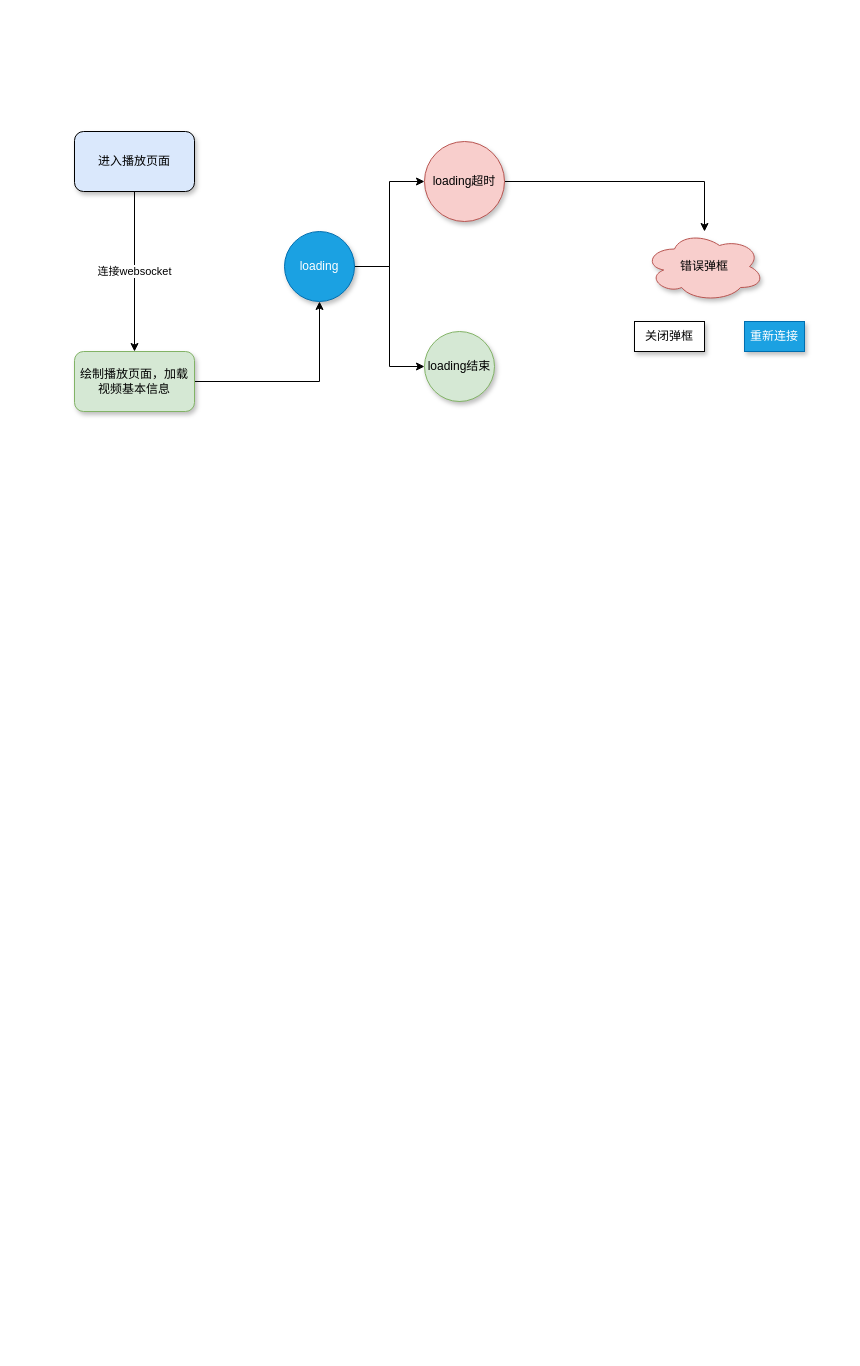
zazzzf/diag keeps this draw.io diagram as Untitled Diagram.drawio. Above is the earlier version. Source tidied: cells renumbered, new cells numbered last; positions are measured from the earlier drawing's top-left corner, leaving out a move shared by most shapes. Both pictures are drawn from the tidied source at 100%, with x=0, y=0 at pixel (74, 131).
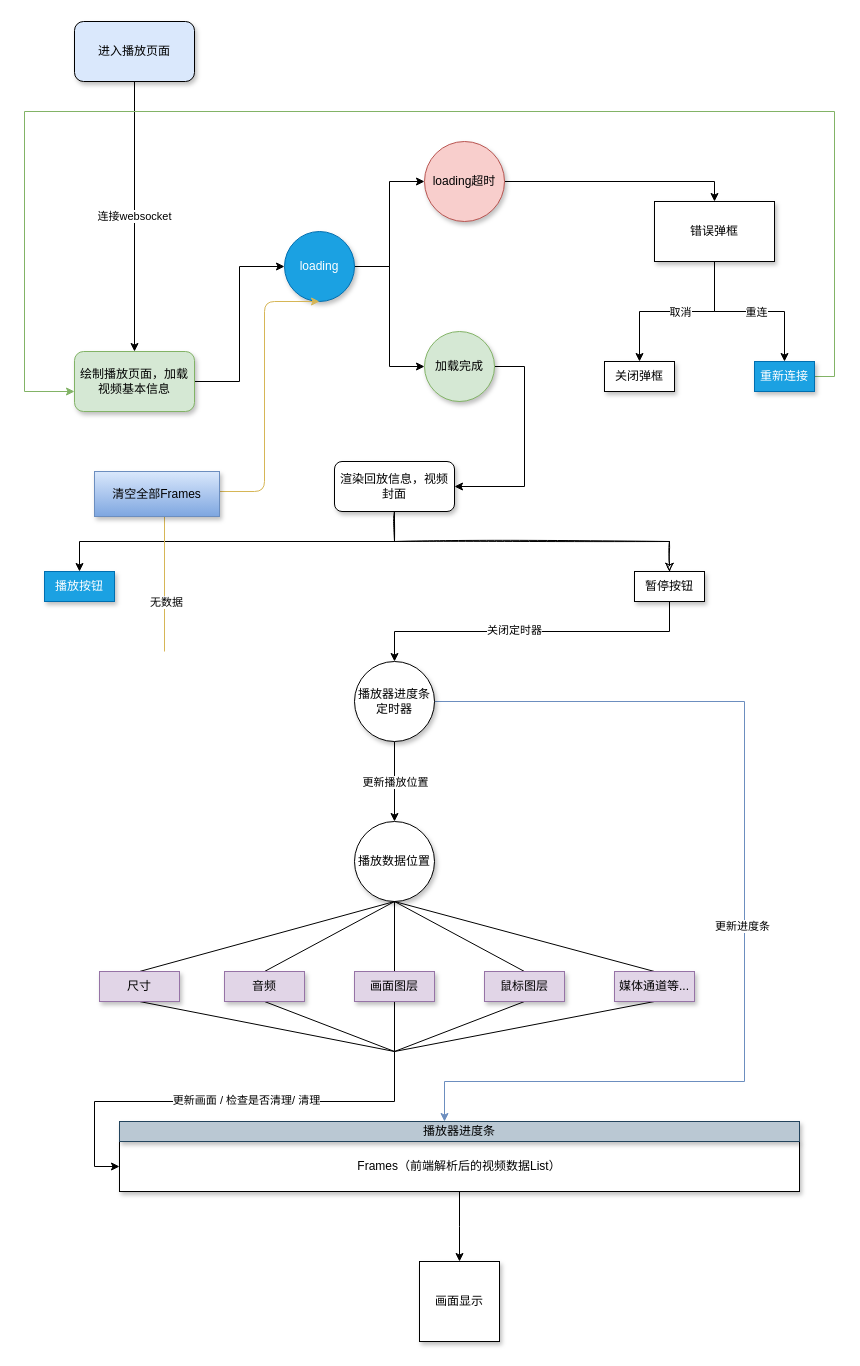
The same diagram, later.

The change refers to these unchanged cells:
```xml
<mxCell id="5" value="&lt;span&gt;绘制播放页面，加载视频基本信息&lt;/span&gt;" style="rounded=1;whiteSpace=wrap;html=1;shadow=1;glass=0;sketch=0;strokeColor=#82b366;fillColor=#d5e8d4;" parent="1" vertex="1">
  <mxGeometry y="220" width="120" height="60" as="geometry" />
</mxCell>
<mxCell id="8" value="loading" style="ellipse;whiteSpace=wrap;html=1;shadow=1;glass=0;sketch=0;strokeColor=#006EAF;fillColor=#1ba1e2;fontColor=#ffffff;" parent="1" vertex="1">
  <mxGeometry x="210" y="100" width="70" height="70" as="geometry" />
</mxCell>
<mxCell id="12" value="loading超时" style="ellipse;whiteSpace=wrap;html=1;shadow=1;glass=0;sketch=0;strokeColor=#b85450;fillColor=#f8cecc;" parent="1" vertex="1">
  <mxGeometry x="350" y="10" width="80" height="80" as="geometry" />
</mxCell>
```

Change to the diagram source:
```diff
@@
     <mxCell id="3" value="进入播放页面" style="rounded=1;whiteSpace=wrap;html=1;fillColor=#dae8fc;shadow=1;sketch=0;glass=0;" parent="1" vertex="1">
-      <mxGeometry width="120" height="60" as="geometry" />
+      <mxGeometry y="-110" width="120" height="60" as="geometry" />
     </mxCell>
-    <mxCell id="4" style="edgeStyle=orthogonalEdgeStyle;rounded=0;jettySize=auto;html=1;exitX=1;exitY=0.5;exitDx=0;exitDy=0;entryX=0.5;entryY=1;entryDx=0;entryDy=0;" parent="1" edge="1" source="5" target="8">
+    <mxCell id="4" style="edgeStyle=orthogonalEdgeStyle;rounded=0;jettySize=auto;html=1;exitX=1;exitY=0.5;exitDx=0;exitDy=0;entryX=0;entryY=0.5;entryDx=0;entryDy=0;" parent="1" edge="1" source="5" target="8">
       <mxGeometry relative="1" as="geometry" />
     </mxCell>
@@
+    <mxCell id="16" style="edgeStyle=orthogonalEdgeStyle;rounded=0;jettySize=auto;html=1;exitX=1;exitY=0.5;exitDx=0;exitDy=0;entryX=1;entryY=0.5;entryDx=0;entryDy=0;" parent="1" edge="1" source="10" target="24">
+      <mxGeometry relative="1" as="geometry">
+        <Array as="points">
+          <mxPoint x="450" y="235" />
+          <mxPoint x="450" y="355" />
+        </Array>
+      </mxGeometry>
+    </mxCell>
-    <mxCell id="10" value="loading结束" style="ellipse;whiteSpace=wrap;html=1;shadow=1;glass=0;sketch=0;strokeColor=#82b366;fillColor=#d5e8d4;" parent="1" vertex="1">
+    <mxCell id="10" value="加载完成" style="ellipse;whiteSpace=wrap;html=1;shadow=1;glass=0;sketch=0;strokeColor=#82b366;fillColor=#d5e8d4;" parent="1" vertex="1">
       <mxGeometry x="350" y="200" width="70" height="70" as="geometry" />
     </mxCell>
-    <mxCell id="11" style="edgeStyle=orthogonalEdgeStyle;rounded=0;jettySize=auto;html=1;exitX=1;exitY=0.5;exitDx=0;exitDy=0;" parent="1" edge="1" source="12" target="13">
+    <mxCell id="11" style="edgeStyle=orthogonalEdgeStyle;rounded=0;jettySize=auto;html=1;exitX=1;exitY=0.5;exitDx=0;exitDy=0;entryX=0.5;entryY=0;entryDx=0;entryDy=0;" parent="1" edge="1" source="12" target="13">
       <mxGeometry relative="1" as="geometry" />
     </mxCell>
@@
-    <mxCell id="13" value="错误弹框" style="ellipse;shape=cloud;whiteSpace=wrap;html=1;shadow=1;glass=0;sketch=0;strokeColor=#b85450;fillColor=#f8cecc;" parent="1" vertex="1">
-      <mxGeometry x="570" y="100" width="120" height="70" as="geometry" />
-    </mxCell>
+    <mxCell id="17" style="edgeStyle=orthogonalEdgeStyle;rounded=0;jettySize=auto;html=1;exitX=0.5;exitY=1;exitDx=0;exitDy=0;entryX=0.5;entryY=0;entryDx=0;entryDy=0;" parent="1" edge="1" source="13" target="15">
+      <mxGeometry relative="1" as="geometry" />
+    </mxCell>
+    <mxCell id="18" value="取消" style="edgeLabel;html=1;align=center;verticalAlign=middle;" parent="17" vertex="1">
+      <mxGeometry x="0.09" y="2" relative="1" as="geometry">
+        <mxPoint x="10" y="-2" as="offset" />
+      </mxGeometry>
+    </mxCell>
+    <mxCell id="19" style="edgeStyle=orthogonalEdgeStyle;rounded=0;jettySize=auto;html=1;exitX=0.5;exitY=1;exitDx=0;exitDy=0;" parent="1" edge="1" source="13" target="14">
+      <mxGeometry relative="1" as="geometry">
+        <Array as="points">
+          <mxPoint x="640" y="180" />
+          <mxPoint x="710" y="180" />
+        </Array>
+      </mxGeometry>
+    </mxCell>
+    <mxCell id="20" value="重连" style="edgeLabel;html=1;align=center;verticalAlign=middle;" parent="19" vertex="1">
+      <mxGeometry x="0.1" y="-3" relative="1" as="geometry">
+        <mxPoint x="-3" y="-3" as="offset" />
+      </mxGeometry>
+    </mxCell>
+    <mxCell id="21" style="edgeStyle=orthogonalEdgeStyle;rounded=0;jettySize=auto;html=1;exitX=1;exitY=0.5;exitDx=0;exitDy=0;fillColor=#d5e8d4;strokeColor=#82b366;" parent="1" edge="1" source="14">
+      <mxGeometry relative="1" as="geometry">
+        <mxPoint y="260" as="targetPoint" />
+        <Array as="points">
+          <mxPoint x="760" y="245" />
+          <mxPoint x="760" y="-20" />
+          <mxPoint x="-50" y="-20" />
+          <mxPoint x="-50" y="260" />
+        </Array>
+      </mxGeometry>
+    </mxCell>
     <mxCell id="14" value="重新连接" style="rounded=0;whiteSpace=wrap;html=1;shadow=1;glass=0;sketch=0;strokeColor=#006EAF;fillColor=#1ba1e2;fontColor=#ffffff;" parent="1" vertex="1">
-      <mxGeometry x="670" y="190" width="60" height="30" as="geometry" />
+      <mxGeometry x="680" y="230" width="60" height="30" as="geometry" />
     </mxCell>
     <mxCell id="15" value="关闭弹框" style="rounded=0;whiteSpace=wrap;html=1;shadow=1;glass=0;sketch=0;strokeColor=#000000;gradientColor=none;" parent="1" vertex="1">
-      <mxGeometry x="560" y="190" width="70" height="30" as="geometry" />
+      <mxGeometry x="530" y="230" width="70" height="30" as="geometry" />
     </mxCell>
+    <mxCell id="13" value="&lt;span&gt;错误弹框&lt;/span&gt;" style="rounded=0;whiteSpace=wrap;html=1;shadow=1;glass=0;sketch=0;strokeColor=#000000;gradientColor=none;" parent="1" vertex="1">
+      <mxGeometry x="580" y="70" width="120" height="60" as="geometry" />
+    </mxCell>
+    <mxCell id="22" style="edgeStyle=orthogonalEdgeStyle;rounded=0;jettySize=auto;html=1;exitX=0.5;exitY=1;exitDx=0;exitDy=0;entryX=0.5;entryY=0;entryDx=0;entryDy=0;" parent="1" edge="1" source="24" target="25">
+      <mxGeometry relative="1" as="geometry" />
+    </mxCell>
+    <mxCell id="23" style="edgeStyle=orthogonalEdgeStyle;rounded=0;sketch=1;jumpStyle=none;jettySize=auto;html=1;exitX=0.5;exitY=1;exitDx=0;exitDy=0;shadow=0;endArrow=classic;endFill=1;" parent="1" edge="1" source="24" target="54">
+      <mxGeometry relative="1" as="geometry" />
+    </mxCell>
+    <mxCell id="24" value="渲染回放信息，视频封面" style="rounded=1;whiteSpace=wrap;html=1;shadow=1;glass=0;sketch=0;strokeColor=#000000;gradientColor=none;" parent="1" vertex="1">
+      <mxGeometry x="260" y="330" width="120" height="50" as="geometry" />
+    </mxCell>
+    <mxCell id="25" value="播放按钮" style="rounded=0;whiteSpace=wrap;html=1;shadow=1;glass=0;sketch=0;strokeColor=#006EAF;fillColor=#1ba1e2;fontColor=#ffffff;" parent="1" vertex="1">
+      <mxGeometry x="-30" y="440" width="70" height="30" as="geometry" />
+    </mxCell>
+    <mxCell id="26" style="edgeStyle=orthogonalEdgeStyle;rounded=0;sketch=0;jumpStyle=none;jettySize=auto;html=1;exitX=0.5;exitY=1;exitDx=0;exitDy=0;shadow=0;endArrow=classic;endFill=1;" parent="1" edge="1" source="27">
+      <mxGeometry relative="1" as="geometry">
+        <mxPoint x="385" y="1130" as="targetPoint" />
+      </mxGeometry>
+    </mxCell>
+    <mxCell id="27" value="Frames（前端解析后的视频数据List）" style="rounded=0;whiteSpace=wrap;html=1;shadow=1;glass=0;sketch=0;strokeColor=#000000;gradientColor=none;" parent="1" vertex="1">
+      <mxGeometry x="45" y="1010" width="680" height="50" as="geometry" />
+    </mxCell>
+    <mxCell id="28" value="播放器进度条" style="rounded=0;whiteSpace=wrap;html=1;shadow=1;glass=0;sketch=0;strokeColor=#23445d;fillColor=#bac8d3;" parent="1" vertex="1">
+      <mxGeometry x="45" y="990" width="680" height="20" as="geometry" />
+    </mxCell>
+    <mxCell id="29" style="edgeStyle=orthogonalEdgeStyle;rounded=0;jettySize=auto;html=1;exitX=0.5;exitY=1;exitDx=0;exitDy=0;entryX=0.5;entryY=0;entryDx=0;entryDy=0;" parent="1" edge="1" source="33" target="39">
+      <mxGeometry relative="1" as="geometry" />
+    </mxCell>
+    <mxCell id="30" value="更新播放位置" style="edgeLabel;html=1;align=center;verticalAlign=middle;" parent="29" vertex="1">
+      <mxGeometry x="-0.33" y="-1" relative="1" as="geometry">
+        <mxPoint x="1" y="13" as="offset" />
+      </mxGeometry>
+    </mxCell>
+    <mxCell id="31" style="edgeStyle=orthogonalEdgeStyle;rounded=0;jettySize=auto;html=1;exitX=0;exitY=0.5;exitDx=0;exitDy=0;fillColor=#dae8fc;strokeColor=#6c8ebf;" parent="1" edge="1" source="33">
+      <mxGeometry relative="1" as="geometry">
+        <mxPoint x="370" y="990" as="targetPoint" />
+        <Array as="points">
+          <mxPoint x="670" y="570" />
+          <mxPoint x="670" y="950" />
+          <mxPoint x="370" y="950" />
+        </Array>
+      </mxGeometry>
+    </mxCell>
+    <mxCell id="32" value="更新进度条" style="edgeLabel;html=1;align=center;verticalAlign=middle;" parent="31" vertex="1">
+      <mxGeometry x="0.05" y="-3" relative="1" as="geometry">
+        <mxPoint y="31" as="offset" />
+      </mxGeometry>
+    </mxCell>
+    <mxCell id="33" value="播放器进度条定时器" style="ellipse;whiteSpace=wrap;html=1;shadow=1;glass=0;sketch=0;strokeColor=#000000;gradientColor=none;" parent="1" vertex="1">
+      <mxGeometry x="280" y="530" width="80" height="80" as="geometry" />
+    </mxCell>
+    <mxCell id="34" style="edgeStyle=orthogonalEdgeStyle;rounded=0;jettySize=auto;html=1;entryX=0;entryY=0.5;entryDx=0;entryDy=0;" parent="1" edge="1" target="27">
+      <mxGeometry relative="1" as="geometry">
+        <mxPoint x="320" y="920" as="sourcePoint" />
+        <Array as="points">
+          <mxPoint x="320" y="970" />
+          <mxPoint x="20" y="970" />
+          <mxPoint x="20" y="1035" />
+        </Array>
+      </mxGeometry>
+    </mxCell>
+    <mxCell id="35" value="更新画面 / 检查是否清理/ 清理" style="edgeLabel;html=1;align=center;verticalAlign=middle;" parent="34" vertex="1">
+      <mxGeometry x="-0.28" y="-2" relative="1" as="geometry">
+        <mxPoint x="-41" as="offset" />
+      </mxGeometry>
+    </mxCell>
+    <mxCell id="36" style="rounded=0;jettySize=auto;html=1;exitX=0.5;exitY=1;exitDx=0;exitDy=0;entryX=0.5;entryY=0;entryDx=0;entryDy=0;endArrow=none;endFill=0;" parent="1" edge="1" source="39" target="46">
+      <mxGeometry relative="1" as="geometry" />
+    </mxCell>
+    <mxCell id="37" style="edgeStyle=none;rounded=0;jettySize=auto;html=1;exitX=0.5;exitY=1;exitDx=0;exitDy=0;entryX=0.5;entryY=0;entryDx=0;entryDy=0;endArrow=none;endFill=0;" parent="1" edge="1" source="39" target="48">
+      <mxGeometry relative="1" as="geometry" />
+    </mxCell>
+    <mxCell id="38" style="edgeStyle=none;rounded=0;jettySize=auto;html=1;exitX=0.5;exitY=1;exitDx=0;exitDy=0;entryX=0.5;entryY=0;entryDx=0;entryDy=0;endArrow=none;endFill=0;" parent="1" edge="1" source="39" target="44">
+      <mxGeometry relative="1" as="geometry" />
+    </mxCell>
+    <mxCell id="39" value="播放数据位置" style="ellipse;whiteSpace=wrap;html=1;shadow=1;glass=0;sketch=0;strokeColor=#000000;gradientColor=none;" parent="1" vertex="1">
+      <mxGeometry x="280" y="690" width="80" height="80" as="geometry" />
+    </mxCell>
+    <mxCell id="40" style="edgeStyle=none;rounded=0;jettySize=auto;html=1;exitX=0.5;exitY=0;exitDx=0;exitDy=0;endArrow=none;endFill=0;" parent="1" edge="1" source="42">
+      <mxGeometry relative="1" as="geometry">
+        <mxPoint x="320" y="770" as="targetPoint" />
+      </mxGeometry>
+    </mxCell>
+    <mxCell id="41" style="edgeStyle=none;rounded=0;jettySize=auto;html=1;exitX=0.5;exitY=1;exitDx=0;exitDy=0;endArrow=none;endFill=0;" parent="1" edge="1" source="42">
+      <mxGeometry relative="1" as="geometry">
+        <mxPoint x="320" y="920" as="targetPoint" />
+      </mxGeometry>
+    </mxCell>
+    <mxCell id="42" value="媒体通道等..." style="rounded=0;whiteSpace=wrap;html=1;shadow=1;glass=0;sketch=0;strokeColor=#9673a6;fillColor=#e1d5e7;" parent="1" vertex="1">
+      <mxGeometry x="540" y="840" width="80" height="30" as="geometry" />
+    </mxCell>
+    <mxCell id="43" style="edgeStyle=none;rounded=0;jettySize=auto;html=1;exitX=0.5;exitY=1;exitDx=0;exitDy=0;endArrow=none;endFill=0;" parent="1" edge="1" source="44">
+      <mxGeometry relative="1" as="geometry">
+        <mxPoint x="320" y="920" as="targetPoint" />
+      </mxGeometry>
+    </mxCell>
+    <mxCell id="44" value="鼠标图层" style="rounded=0;whiteSpace=wrap;html=1;shadow=1;glass=0;sketch=0;strokeColor=#9673a6;fillColor=#e1d5e7;" parent="1" vertex="1">
+      <mxGeometry x="410" y="840" width="80" height="30" as="geometry" />
+    </mxCell>
+    <mxCell id="45" style="edgeStyle=none;rounded=0;jettySize=auto;html=1;exitX=0.5;exitY=1;exitDx=0;exitDy=0;endArrow=none;endFill=0;" parent="1" edge="1" source="46">
+      <mxGeometry relative="1" as="geometry">
+        <mxPoint x="320" y="920" as="targetPoint" />
+      </mxGeometry>
+    </mxCell>
+    <mxCell id="46" value="画面图层" style="rounded=0;whiteSpace=wrap;html=1;shadow=1;glass=0;sketch=0;strokeColor=#9673a6;fillColor=#e1d5e7;" parent="1" vertex="1">
+      <mxGeometry x="280" y="840" width="80" height="30" as="geometry" />
+    </mxCell>
+    <mxCell id="47" style="edgeStyle=none;rounded=0;jettySize=auto;html=1;exitX=0.5;exitY=1;exitDx=0;exitDy=0;endArrow=none;endFill=0;" parent="1" edge="1" source="48">
+      <mxGeometry relative="1" as="geometry">
+        <mxPoint x="320" y="920" as="targetPoint" />
+      </mxGeometry>
+    </mxCell>
+    <mxCell id="48" value="音频" style="rounded=0;whiteSpace=wrap;html=1;shadow=1;glass=0;sketch=0;strokeColor=#9673a6;fillColor=#e1d5e7;" parent="1" vertex="1">
+      <mxGeometry x="150" y="840" width="80" height="30" as="geometry" />
+    </mxCell>
+    <mxCell id="49" style="edgeStyle=none;rounded=0;jettySize=auto;html=1;exitX=0.5;exitY=0;exitDx=0;exitDy=0;entryX=0.5;entryY=1;entryDx=0;entryDy=0;endArrow=none;endFill=0;" parent="1" edge="1" source="51" target="39">
+      <mxGeometry relative="1" as="geometry" />
+    </mxCell>
+    <mxCell id="50" style="edgeStyle=none;rounded=0;jettySize=auto;html=1;exitX=0.5;exitY=1;exitDx=0;exitDy=0;endArrow=none;endFill=0;" parent="1" edge="1" source="51">
+      <mxGeometry relative="1" as="geometry">
+        <mxPoint x="320" y="920" as="targetPoint" />
+      </mxGeometry>
+    </mxCell>
+    <mxCell id="51" value="尺寸" style="rounded=0;whiteSpace=wrap;html=1;shadow=1;glass=0;sketch=0;strokeColor=#9673a6;fillColor=#e1d5e7;" parent="1" vertex="1">
+      <mxGeometry x="25" y="840" width="80" height="30" as="geometry" />
+    </mxCell>
+    <mxCell id="52" style="edgeStyle=orthogonalEdgeStyle;jettySize=auto;html=1;exitX=0.5;exitY=1;exitDx=0;exitDy=0;endArrow=classic;endFill=1;entryX=0.5;entryY=0;entryDx=0;entryDy=0;shadow=0;sketch=0;rounded=0;jumpStyle=none;fixDash=0;" parent="1" edge="1" source="54" target="33">
+      <mxGeometry relative="1" as="geometry" />
+    </mxCell>
+    <mxCell id="53" value="关闭定时器" style="edgeLabel;html=1;align=center;verticalAlign=middle;" parent="52" vertex="1">
+      <mxGeometry x="0.11" y="-2" relative="1" as="geometry" />
+    </mxCell>
+    <mxCell id="54" value="暂停按钮" style="rounded=0;whiteSpace=wrap;html=1;shadow=1;glass=0;sketch=0;" parent="1" vertex="1">
+      <mxGeometry x="560" y="440" width="70" height="30" as="geometry" />
+    </mxCell>
+    <mxCell id="55" style="endArrow=classic;html=1;shadow=0;entryX=0.5;entryY=1;entryDx=0;entryDy=0;edgeStyle=orthogonalEdgeStyle;gradientColor=#ffd966;fillColor=#fff2cc;strokeColor=#d6b656;" parent="1" edge="1" target="8">
+      <mxGeometry relative="1" as="geometry">
+        <mxPoint x="90" y="520" as="sourcePoint" />
+        <Array as="points">
+          <mxPoint x="90" y="360" />
+          <mxPoint x="190" y="360" />
+          <mxPoint x="190" y="170" />
+        </Array>
+      </mxGeometry>
+    </mxCell>
+    <mxCell id="56" value="无数据" style="edgeLabel;html=1;align=center;verticalAlign=middle;" parent="55" vertex="1">
+      <mxGeometry x="0.01" y="1" relative="1" as="geometry">
+        <mxPoint x="-94" y="111" as="offset" />
+      </mxGeometry>
+    </mxCell>
+    <mxCell id="57" value="清空全部Frames" style="rounded=0;whiteSpace=wrap;html=1;shadow=1;glass=0;sketch=0;strokeColor=#6c8ebf;gradientColor=#7ea6e0;fillColor=#dae8fc;" parent="1" vertex="1">
+      <mxGeometry x="20" y="340" width="125" height="45" as="geometry" />
+    </mxCell>
+    <mxCell id="58" value="画面显示" style="whiteSpace=wrap;html=1;shadow=1;glass=0;sketch=0;strokeColor=#000000;gradientColor=none;" parent="1" vertex="1">
+      <mxGeometry x="345" y="1130" width="80" height="80" as="geometry" />
+    </mxCell>
```
